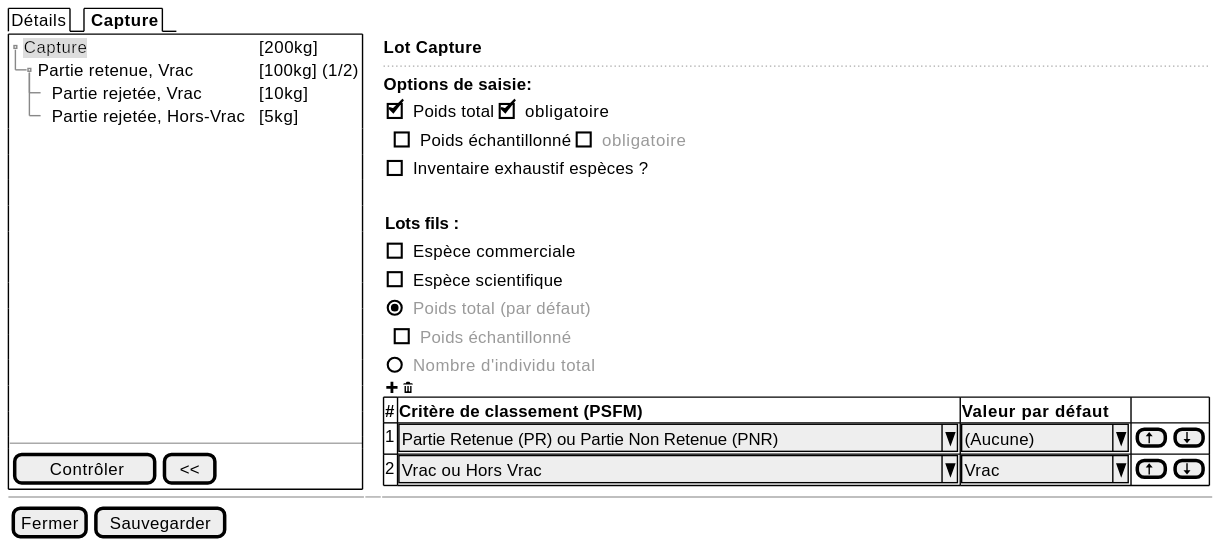
This is projects/obsmer/spe/images/batch/batch-tree-control.svg from sumaris-net/sumaris-doc, a PlantUML export, as it was before one commit. Its source is kept beside it as projects/obsmer/spe/images/batch/batch-tree-control.puml.
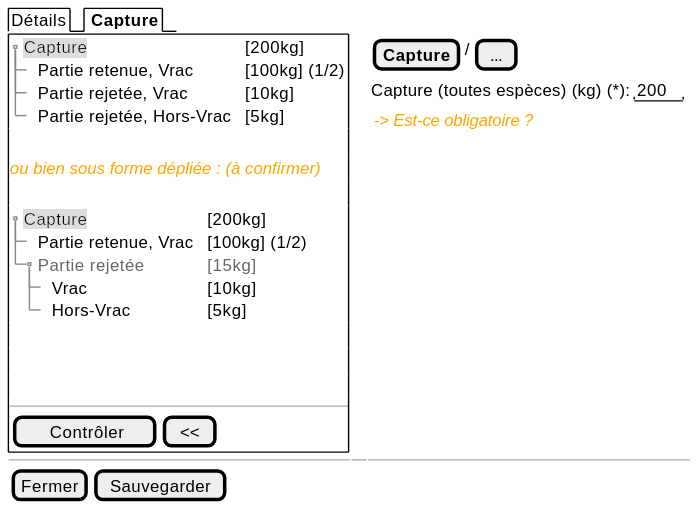
After the commit.

Diff of the diagram source:
```diff
@@ -3,20 +3,21 @@
   {/ Détails | <b> Capture }
   {+
     {T
-         + <back:#DDD>Capture   | [200kg]
-         ++ Partie retenue, Vrac| [100kg] (1/2)
-         +++ Partie rejetée, Vrac      | [10kg]
-         +++ Partie rejetée, Hors-Vrac          | [5kg]
+         + <back:#DDD>Capture         | [200kg]
+         ++ Partie retenue, Vrac      | [100kg] (1/2)
+         ++ Partie rejetée, Vrac      | [10kg]
+         ++ Partie rejetée, Hors-Vrac | [5kg]
     }
     .
+    <i><color:orange>ou bien sous forme dépliée : (à confirmer)
     .
-    .
-    .
-    .
-    .
-    .
-    .
-    .
+    {T
+         + <back:#DDD>Capture           | [200kg]
+         ++ Partie retenue, Vrac        | [100kg] (1/2)
+         ++ <color:#666>Partie rejetée  | <color:#666>[15kg]
+         +++ Vrac                       | [10kg]
+         +++ Hors-Vrac                  | [5kg]
+    }
     .
     .
     .
@@ -28,8 +29,8 @@
 
    { [<b>Capture] | / | [...]}
 
-       {Capture (toutes espèces) (kg) ): | " 200" }
-
+       {Capture (toutes espèces) (kg) (*): | " 200" }
+       <i><color:orange> -> Est-ce obligatoire ?
   }
 
   -- | -- | --
```
